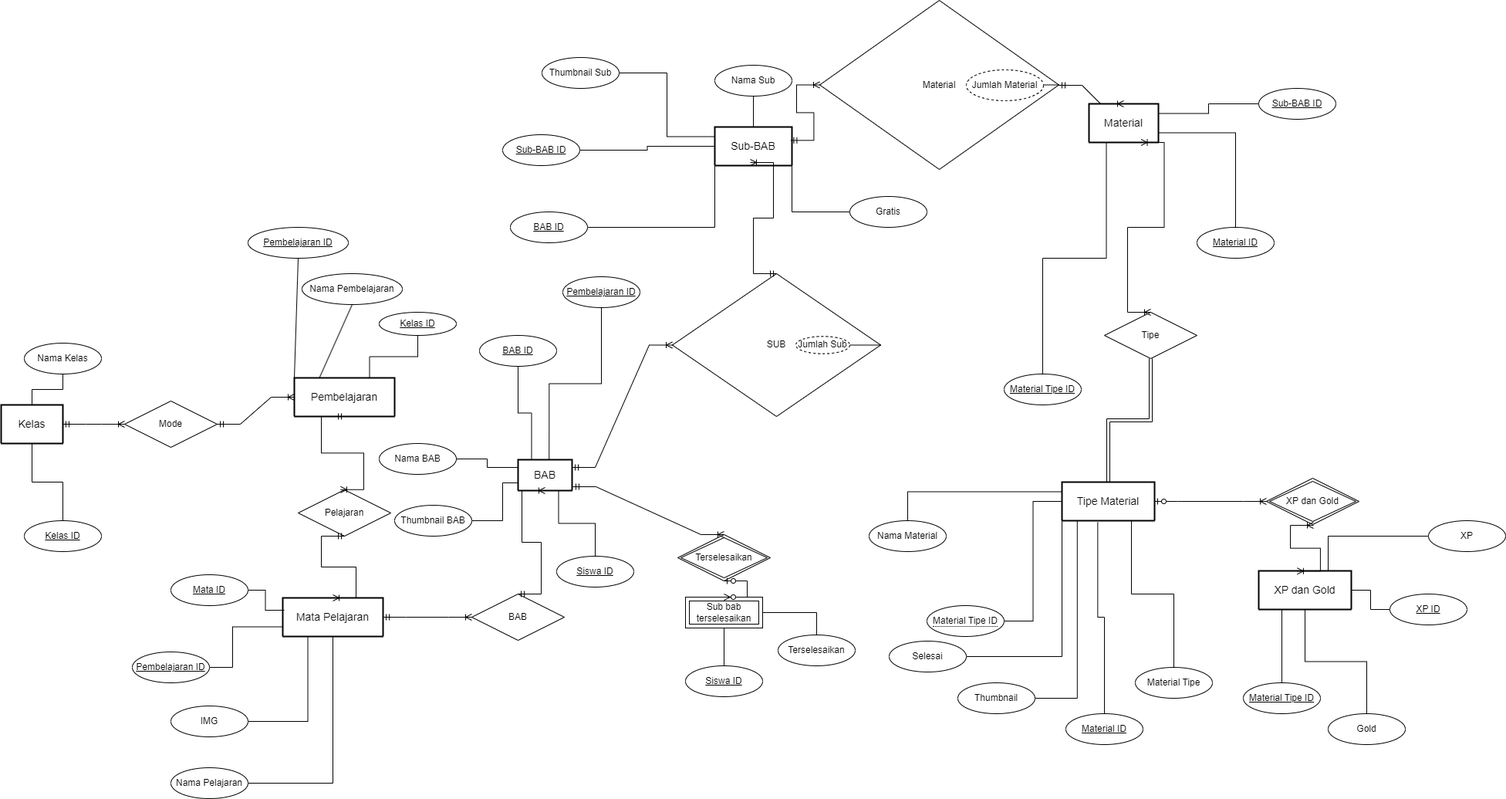
ardy-yusuf-wibawa/React-Bookbuzz keeps this draw.io diagram as tugasDatabase.drawio.png. Above is the earlier version. Source tidied: cells renumbered, new cells last; positions are measured from the earlier drawing's top-left corner, leaving out a move shared by most shapes.
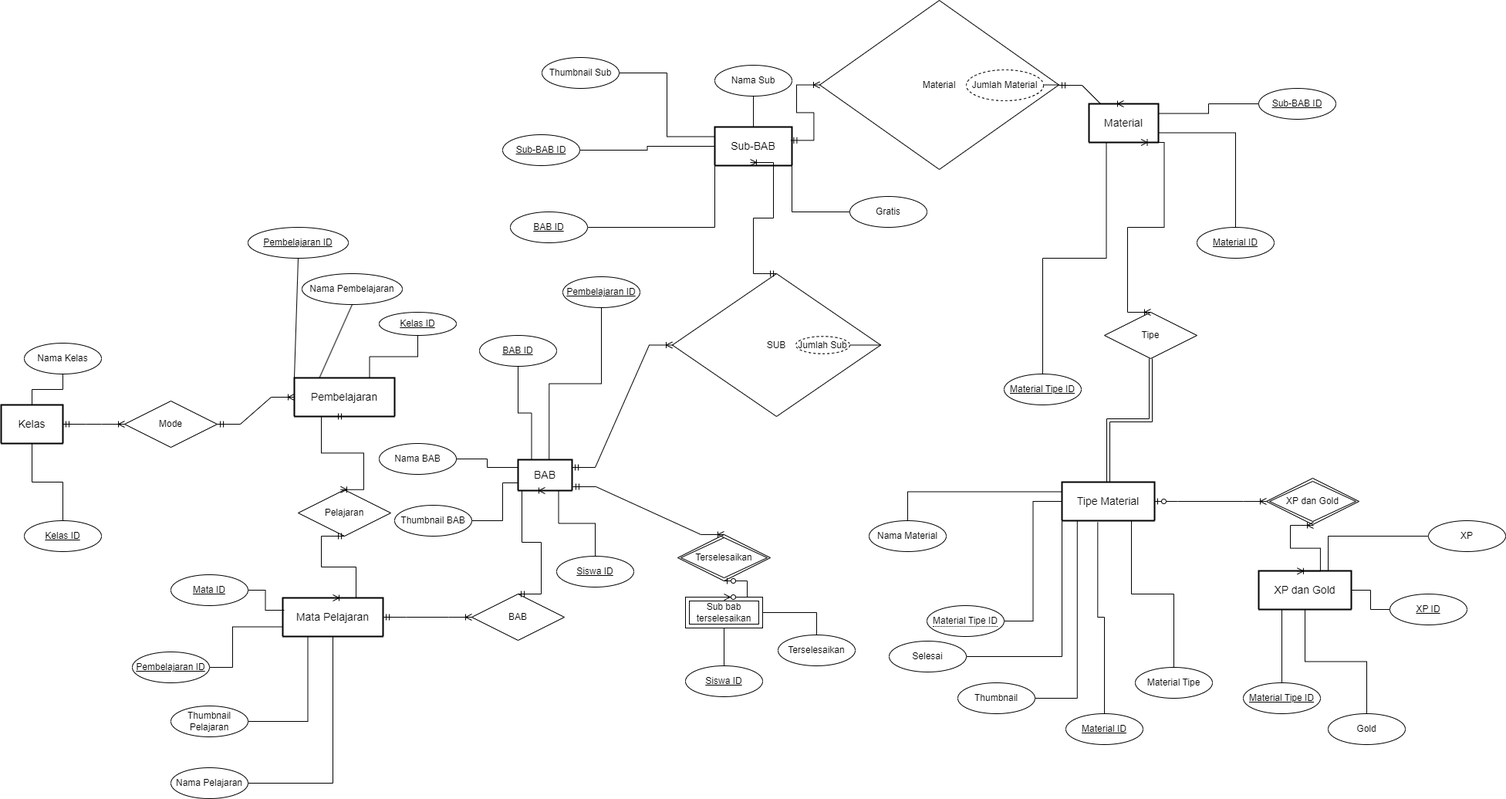
Above is the later version.

Change to the diagram source:
```diff
@@ -67,7 +67,7 @@
     <mxCell id="21" value="Pembelajaran ID" style="ellipse;whiteSpace=wrap;html=1;align=center;fontStyle=4;" parent="1" vertex="1">
       <mxGeometry x="170" y="844" width="100" height="40" as="geometry" />
     </mxCell>
-    <mxCell id="22" value="IMG" style="ellipse;whiteSpace=wrap;html=1;align=center;" parent="1" vertex="1">
+    <mxCell id="22" value="Thumbnail Pelajaran" style="ellipse;whiteSpace=wrap;html=1;align=center;" parent="1" vertex="1">
       <mxGeometry x="220" y="914" width="100" height="40" as="geometry" />
     </mxCell>
     <mxCell id="23" value="Nama Pelajaran" style="ellipse;whiteSpace=wrap;html=1;align=center;" parent="1" vertex="1">
```
